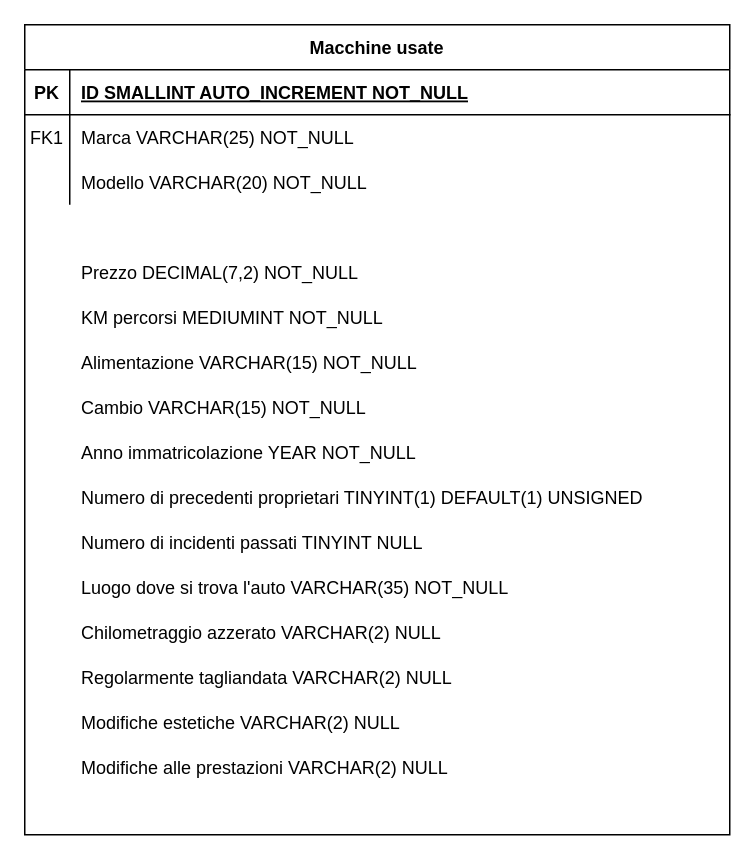
alessandro-barate/db-first keeps this draw.io diagram as Macchine usate.drawio. Above is the earlier version. Source tidied: cells renumbered, new cells numbered last; positions are measured from the earlier drawing's top-left corner, leaving out a move shared by most shapes. Both pictures are drawn from the tidied source at 150%, with x=0, y=0 at pixel (24, 24).
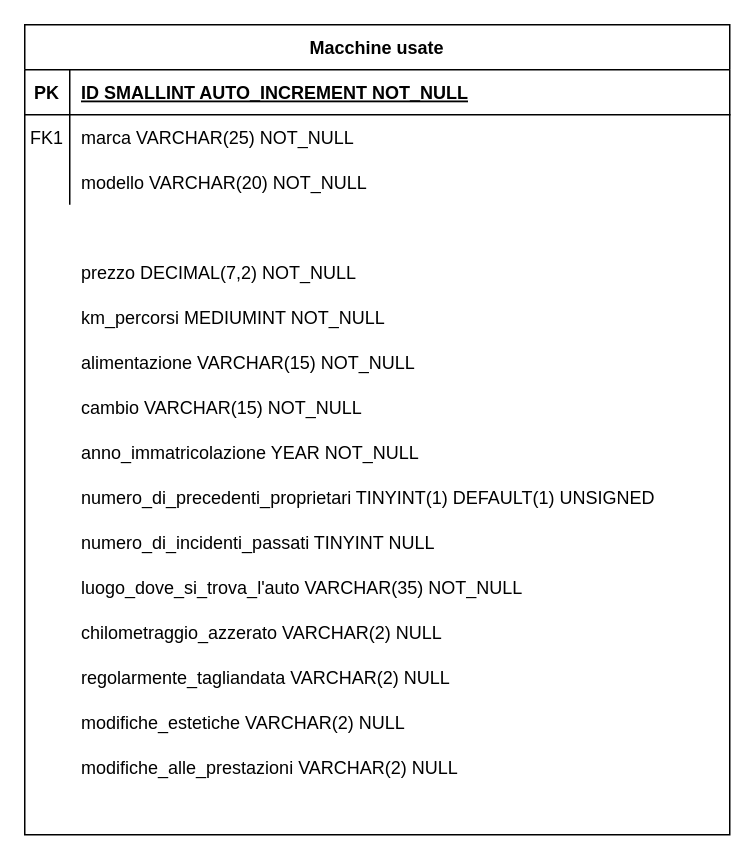
After the change.

Unchanged cells that the change refers to:
```xml
<mxCell id="6" style="shape=partialRectangle;fillColor=none;top=0;left=0;right=0;bottom=0;" parent="2" vertex="1">
  <mxGeometry y="60" width="470" height="30" as="geometry" />
</mxCell>
<mxCell id="9" style="shape=partialRectangle;fillColor=none;top=0;left=0;right=0;bottom=0;" parent="2" vertex="1">
  <mxGeometry y="90" width="470" height="30" as="geometry" />
</mxCell>
```

Diff of the diagram source:
```diff
@@
-    <mxCell id="8" value="Marca VARCHAR(25) NOT_NULL" style="shape=partialRectangle;overflow=hidden;fillColor=none;top=0;left=0;bottom=0;right=0;align=left;spacingLeft=6;" parent="6" vertex="1">
+    <mxCell id="8" value="marca VARCHAR(25) NOT_NULL" style="shape=partialRectangle;overflow=hidden;fillColor=none;top=0;left=0;bottom=0;right=0;align=left;spacingLeft=6;" parent="6" vertex="1">
       <mxGeometry x="30" width="440" height="30" as="geometry" />
     </mxCell>
@@
-    <mxCell id="11" value="Modello VARCHAR(20) NOT_NULL" style="shape=partialRectangle;overflow=hidden;fillColor=none;top=0;left=0;bottom=0;right=0;align=left;spacingLeft=6;" parent="9" vertex="1">
+    <mxCell id="11" value="modello VARCHAR(20) NOT_NULL" style="shape=partialRectangle;overflow=hidden;fillColor=none;top=0;left=0;bottom=0;right=0;align=left;spacingLeft=6;" parent="9" vertex="1">
       <mxGeometry x="30" width="440" height="30" as="geometry" />
     </mxCell>
-    <mxCell id="12" value="KM percorsi MEDIUMINT NOT_NULL" style="shape=partialRectangle;overflow=hidden;fillColor=none;top=0;left=0;bottom=0;right=0;align=left;spacingLeft=6;" parent="1" vertex="1">
+    <mxCell id="12" value="km_percorsi MEDIUMINT NOT_NULL" style="shape=partialRectangle;overflow=hidden;fillColor=none;top=0;left=0;bottom=0;right=0;align=left;spacingLeft=6;" parent="1" vertex="1">
       <mxGeometry x="30" y="180" width="440" height="30" as="geometry" />
     </mxCell>
-    <mxCell id="13" value="Alimentazione VARCHAR(15) NOT_NULL" style="shape=partialRectangle;overflow=hidden;fillColor=none;top=0;left=0;bottom=0;right=0;align=left;spacingLeft=6;" parent="1" vertex="1">
+    <mxCell id="13" value="alimentazione VARCHAR(15) NOT_NULL" style="shape=partialRectangle;overflow=hidden;fillColor=none;top=0;left=0;bottom=0;right=0;align=left;spacingLeft=6;" parent="1" vertex="1">
       <mxGeometry x="30" y="210" width="440" height="30" as="geometry" />
     </mxCell>
-    <mxCell id="14" value="Cambio VARCHAR(15) NOT_NULL" style="shape=partialRectangle;overflow=hidden;fillColor=none;top=0;left=0;bottom=0;right=0;align=left;spacingLeft=6;" parent="1" vertex="1">
+    <mxCell id="14" value="cambio VARCHAR(15) NOT_NULL" style="shape=partialRectangle;overflow=hidden;fillColor=none;top=0;left=0;bottom=0;right=0;align=left;spacingLeft=6;" parent="1" vertex="1">
       <mxGeometry x="30" y="240" width="440" height="30" as="geometry" />
     </mxCell>
-    <mxCell id="15" value="Anno immatricolazione YEAR NOT_NULL" style="shape=partialRectangle;overflow=hidden;fillColor=none;top=0;left=0;bottom=0;right=0;align=left;spacingLeft=6;" parent="1" vertex="1">
+    <mxCell id="15" value="anno_immatricolazione YEAR NOT_NULL" style="shape=partialRectangle;overflow=hidden;fillColor=none;top=0;left=0;bottom=0;right=0;align=left;spacingLeft=6;" parent="1" vertex="1">
       <mxGeometry x="30" y="270" width="440" height="30" as="geometry" />
     </mxCell>
-    <mxCell id="16" value="Numero di precedenti proprietari TINYINT(1) DEFAULT(1) UNSIGNED" style="shape=partialRectangle;overflow=hidden;fillColor=none;top=0;left=0;bottom=0;right=0;align=left;spacingLeft=6;" parent="1" vertex="1">
+    <mxCell id="16" value="numero_di_precedenti_proprietari TINYINT(1) DEFAULT(1) UNSIGNED" style="shape=partialRectangle;overflow=hidden;fillColor=none;top=0;left=0;bottom=0;right=0;align=left;spacingLeft=6;" parent="1" vertex="1">
       <mxGeometry x="30" y="300" width="440" height="30" as="geometry" />
     </mxCell>
-    <mxCell id="17" value="Numero di incidenti passati TINYINT NULL" style="shape=partialRectangle;overflow=hidden;fillColor=none;top=0;left=0;bottom=0;right=0;align=left;spacingLeft=6;" parent="1" vertex="1">
+    <mxCell id="17" value="numero_di_incidenti_passati TINYINT NULL" style="shape=partialRectangle;overflow=hidden;fillColor=none;top=0;left=0;bottom=0;right=0;align=left;spacingLeft=6;" parent="1" vertex="1">
       <mxGeometry x="30" y="330" width="440" height="30" as="geometry" />
     </mxCell>
-    <mxCell id="18" value="Luogo dove si trova l'auto VARCHAR(35) NOT_NULL" style="shape=partialRectangle;overflow=hidden;fillColor=none;top=0;left=0;bottom=0;right=0;align=left;spacingLeft=6;" parent="1" vertex="1">
+    <mxCell id="18" value="luogo_dove_si_trova_l'auto VARCHAR(35) NOT_NULL" style="shape=partialRectangle;overflow=hidden;fillColor=none;top=0;left=0;bottom=0;right=0;align=left;spacingLeft=6;" parent="1" vertex="1">
       <mxGeometry x="30" y="360" width="440" height="30" as="geometry" />
     </mxCell>
-    <mxCell id="19" value="Chilometraggio azzerato VARCHAR(2) NULL" style="shape=partialRectangle;overflow=hidden;fillColor=none;top=0;left=0;bottom=0;right=0;align=left;spacingLeft=6;" parent="1" vertex="1">
+    <mxCell id="19" value="chilometraggio_azzerato VARCHAR(2) NULL" style="shape=partialRectangle;overflow=hidden;fillColor=none;top=0;left=0;bottom=0;right=0;align=left;spacingLeft=6;" parent="1" vertex="1">
       <mxGeometry x="30" y="390" width="440" height="30" as="geometry" />
     </mxCell>
-    <mxCell id="20" value="Regolarmente tagliandata VARCHAR(2) NULL" style="shape=partialRectangle;overflow=hidden;fillColor=none;top=0;left=0;bottom=0;right=0;align=left;spacingLeft=6;" parent="1" vertex="1">
+    <mxCell id="20" value="regolarmente_tagliandata VARCHAR(2) NULL" style="shape=partialRectangle;overflow=hidden;fillColor=none;top=0;left=0;bottom=0;right=0;align=left;spacingLeft=6;" parent="1" vertex="1">
       <mxGeometry x="30" y="420" width="440" height="30" as="geometry" />
     </mxCell>
-    <mxCell id="21" value="Modifiche estetiche VARCHAR(2) NULL" style="shape=partialRectangle;overflow=hidden;fillColor=none;top=0;left=0;bottom=0;right=0;align=left;spacingLeft=6;" parent="1" vertex="1">
+    <mxCell id="21" value="modifiche_estetiche VARCHAR(2) NULL" style="shape=partialRectangle;overflow=hidden;fillColor=none;top=0;left=0;bottom=0;right=0;align=left;spacingLeft=6;" parent="1" vertex="1">
       <mxGeometry x="30" y="450" width="440" height="30" as="geometry" />
     </mxCell>
-    <mxCell id="22" value="Modifiche alle prestazioni VARCHAR(2) NULL" style="shape=partialRectangle;overflow=hidden;fillColor=none;top=0;left=0;bottom=0;right=0;align=left;spacingLeft=6;" parent="1" vertex="1">
+    <mxCell id="22" value="modifiche_alle_prestazioni VARCHAR(2) NULL" style="shape=partialRectangle;overflow=hidden;fillColor=none;top=0;left=0;bottom=0;right=0;align=left;spacingLeft=6;" parent="1" vertex="1">
       <mxGeometry x="30" y="480" width="440" height="30" as="geometry" />
     </mxCell>
-    <mxCell id="23" value="Prezzo DECIMAL(7,2) NOT_NULL" style="shape=partialRectangle;overflow=hidden;fillColor=none;top=0;left=0;bottom=0;right=0;align=left;spacingLeft=6;" parent="1" vertex="1">
+    <mxCell id="23" value="prezzo DECIMAL(7,2) NOT_NULL" style="shape=partialRectangle;overflow=hidden;fillColor=none;top=0;left=0;bottom=0;right=0;align=left;spacingLeft=6;" parent="1" vertex="1">
       <mxGeometry x="30" y="150" width="440" height="30" as="geometry" />
     </mxCell>
```
